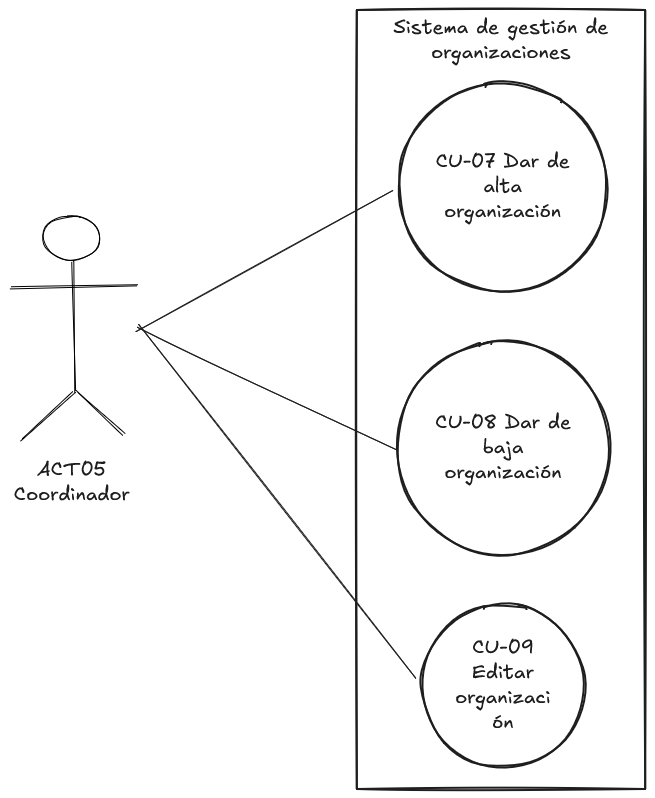
This is Docs/memoria/imaxes/diagramas-caso-uso/diagrama-gestion-organizaciones.png from zenoma/emergency-management-app, a Excalidraw export, as it was before one commit. Source tidied: one line per element, renumbered; positions are measured from the earlier drawing's top-left corner, leaving out a move shared by most shapes. The source it was exported from:
```json
{"id": 0, "type": "rectangle", "strokeColor": "#1e1e1e", "strokeWidth": 2, "roughness": 1, "x": 345, "y": 0, "width": 288, "height": 779}
{"id": 1, "type": "text", "text": "Sistema de gestión de\norganizaciones", "strokeColor": "#1e1e1e", "strokeWidth": 2, "roughness": 1, "fontSize": 20, "fontFamily": 5, "textAlign": "center", "inside": 0, "x": 382, "y": 5, "width": 215, "height": 50}
{"id": 2, "type": "ellipse", "strokeColor": "#1e1e1e", "strokeWidth": 2, "roughness": 1, "x": 387, "y": 73, "width": 208, "height": 208}
{"id": 3, "type": "text", "text": "CU-07 Dar de\nalta\norganización", "strokeColor": "#1e1e1e", "strokeWidth": 2, "roughness": 1, "fontSize": 20, "fontFamily": 5, "textAlign": "center", "verticalAlign": "middle", "inside": 2, "x": 424, "y": 140, "width": 134, "height": 75}
{"id": 4, "type": "ellipse", "strokeColor": "#1e1e1e", "strokeWidth": 2, "roughness": 1, "x": 385, "y": 331, "width": 213, "height": 213}
{"id": 5, "type": "text", "text": "CU-08 Dar de\nbaja\norganización", "strokeColor": "#1e1e1e", "strokeWidth": 2, "roughness": 1, "fontSize": 20, "fontFamily": 5, "textAlign": "center", "verticalAlign": "middle", "inside": 4, "x": 424, "y": 401, "width": 136, "height": 75}
{"id": 6, "type": "ellipse", "strokeColor": "#1e1e1e", "strokeWidth": 2, "roughness": 1, "x": 410, "y": 594, "width": 163, "height": 163}
{"id": 7, "type": "text", "text": "CU-09\nEditar\norganizaci\nón", "strokeColor": "#1e1e1e", "strokeWidth": 2, "roughness": 1, "fontSize": 20, "fontFamily": 5, "textAlign": "center", "verticalAlign": "middle", "inside": 6, "x": 444, "y": 626, "width": 95, "height": 100}
{"id": 8, "type": "ellipse", "strokeColor": "#000000", "strokeWidth": 1, "roughness": 1, "round": true, "x": 32, "y": 206, "width": 57, "height": 44}
{"id": 9, "type": "line", "strokeColor": "#000000", "strokeWidth": 1, "roughness": 1, "round": true, "x": 61, "y": 252, "width": 3, "height": 130, "points": [[0, 0], [3, 130]]}
{"id": 10, "type": "line", "strokeColor": "#000000", "strokeWidth": 1, "roughness": 1, "round": true, "x": 0, "y": 278, "width": 127, "height": 2, "points": [[0, 0], [127, -2]]}
{"id": 11, "type": "line", "strokeColor": "#000000", "strokeWidth": 1, "roughness": 1, "round": true, "x": 11, "y": 430, "width": 51, "height": 48, "points": [[0, 0], [51, -48]]}
{"id": 12, "type": "line", "strokeColor": "#000000", "strokeWidth": 1, "roughness": 1, "round": true, "x": 66, "y": 381, "width": 47, "height": 44, "points": [[0, 0], [47, 44]]}
{"id": 13, "type": "text", "text": "ACT05\nCoordinador", "strokeColor": "#1e1e1e", "strokeWidth": 4, "strokeStyle": "dashed", "roughness": 1, "fontSize": 20, "fontFamily": 5, "textAlign": "center", "x": 2, "y": 447, "width": 116, "height": 50}
{"id": 14, "type": "arrow", "strokeColor": "#1e1e1e", "strokeWidth": 1, "roughness": 1, "to": 2, "x": 125, "y": 322, "width": 257, "height": 141, "points": [[0, 0], [257, -141]]}
{"id": 15, "type": "arrow", "strokeColor": "#1e1e1e", "strokeWidth": 1, "roughness": 1, "to": 4, "x": 126, "y": 317, "width": 260, "height": 123, "points": [[0, 0], [260, 123]]}
{"id": 16, "type": "arrow", "strokeColor": "#1e1e1e", "strokeWidth": 1, "roughness": 1, "to": 6, "x": 127, "y": 314, "width": 277, "height": 354, "points": [[0, 0], [277, 354]]}
```
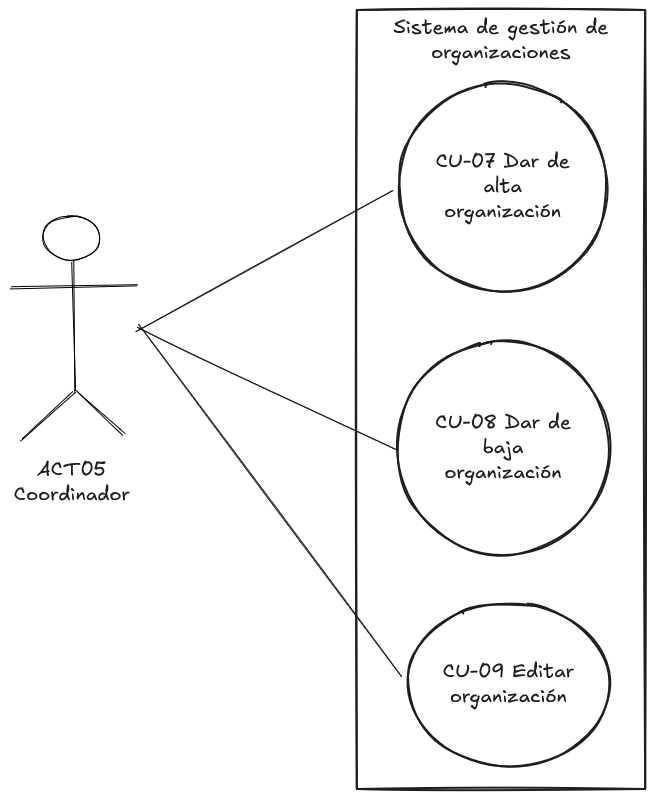
The same file after the commit.

Diff of the diagram source:
```diff
@@ -4,8 +4,8 @@
 {"id": 3, "type": "text", "text": "CU-07 Dar de\nalta\norganización", "strokeColor": "#1e1e1e", "strokeWidth": 2, "roughness": 1, "fontSize": 20, "fontFamily": 5, "textAlign": "center", "verticalAlign": "middle", "inside": 2, "x": 424, "y": 140, "width": 134, "height": 75}
 {"id": 4, "type": "ellipse", "strokeColor": "#1e1e1e", "strokeWidth": 2, "roughness": 1, "x": 385, "y": 331, "width": 213, "height": 213}
 {"id": 5, "type": "text", "text": "CU-08 Dar de\nbaja\norganización", "strokeColor": "#1e1e1e", "strokeWidth": 2, "roughness": 1, "fontSize": 20, "fontFamily": 5, "textAlign": "center", "verticalAlign": "middle", "inside": 4, "x": 424, "y": 401, "width": 136, "height": 75}
-{"id": 6, "type": "ellipse", "strokeColor": "#1e1e1e", "strokeWidth": 2, "roughness": 1, "x": 410, "y": 594, "width": 163, "height": 163}
+{"id": 6, "type": "ellipse", "strokeColor": "#1e1e1e", "strokeWidth": 2, "roughness": 1, "x": 396, "y": 593, "width": 203, "height": 163}
-{"id": 7, "type": "text", "text": "CU-09\nEditar\norganizaci\nón", "strokeColor": "#1e1e1e", "strokeWidth": 2, "roughness": 1, "fontSize": 20, "fontFamily": 5, "textAlign": "center", "verticalAlign": "middle", "inside": 6, "x": 444, "y": 626, "width": 95, "height": 100}
+{"id": 7, "type": "text", "text": "CU-09 Editar\norganización", "strokeColor": "#1e1e1e", "strokeWidth": 2, "roughness": 1, "fontSize": 20, "fontFamily": 5, "textAlign": "center", "verticalAlign": "middle", "inside": 6, "x": 432, "y": 649, "width": 131, "height": 50}
 {"id": 8, "type": "ellipse", "strokeColor": "#000000", "strokeWidth": 1, "roughness": 1, "round": true, "x": 32, "y": 206, "width": 57, "height": 44}
 {"id": 9, "type": "line", "strokeColor": "#000000", "strokeWidth": 1, "roughness": 1, "round": true, "x": 61, "y": 252, "width": 3, "height": 130, "points": [[0, 0], [3, 130]]}
 {"id": 10, "type": "line", "strokeColor": "#000000", "strokeWidth": 1, "roughness": 1, "round": true, "x": 0, "y": 278, "width": 127, "height": 2, "points": [[0, 0], [127, -2]]}
@@ -14,4 +14,4 @@
 {"id": 13, "type": "text", "text": "ACT05\nCoordinador", "strokeColor": "#1e1e1e", "strokeWidth": 4, "strokeStyle": "dashed", "roughness": 1, "fontSize": 20, "fontFamily": 5, "textAlign": "center", "x": 2, "y": 447, "width": 116, "height": 50}
 {"id": 14, "type": "arrow", "strokeColor": "#1e1e1e", "strokeWidth": 1, "roughness": 1, "to": 2, "x": 125, "y": 322, "width": 257, "height": 141, "points": [[0, 0], [257, -141]]}
 {"id": 15, "type": "arrow", "strokeColor": "#1e1e1e", "strokeWidth": 1, "roughness": 1, "to": 4, "x": 126, "y": 317, "width": 260, "height": 123, "points": [[0, 0], [260, 123]]}
-{"id": 16, "type": "arrow", "strokeColor": "#1e1e1e", "strokeWidth": 1, "roughness": 1, "to": 6, "x": 127, "y": 314, "width": 277, "height": 354, "points": [[0, 0], [277, 354]]}
+{"id": 16, "type": "arrow", "strokeColor": "#1e1e1e", "strokeWidth": 1, "roughness": 1, "to": 6, "x": 127, "y": 314, "width": 263, "height": 352, "points": [[0, 0], [263, 352]]}
```
